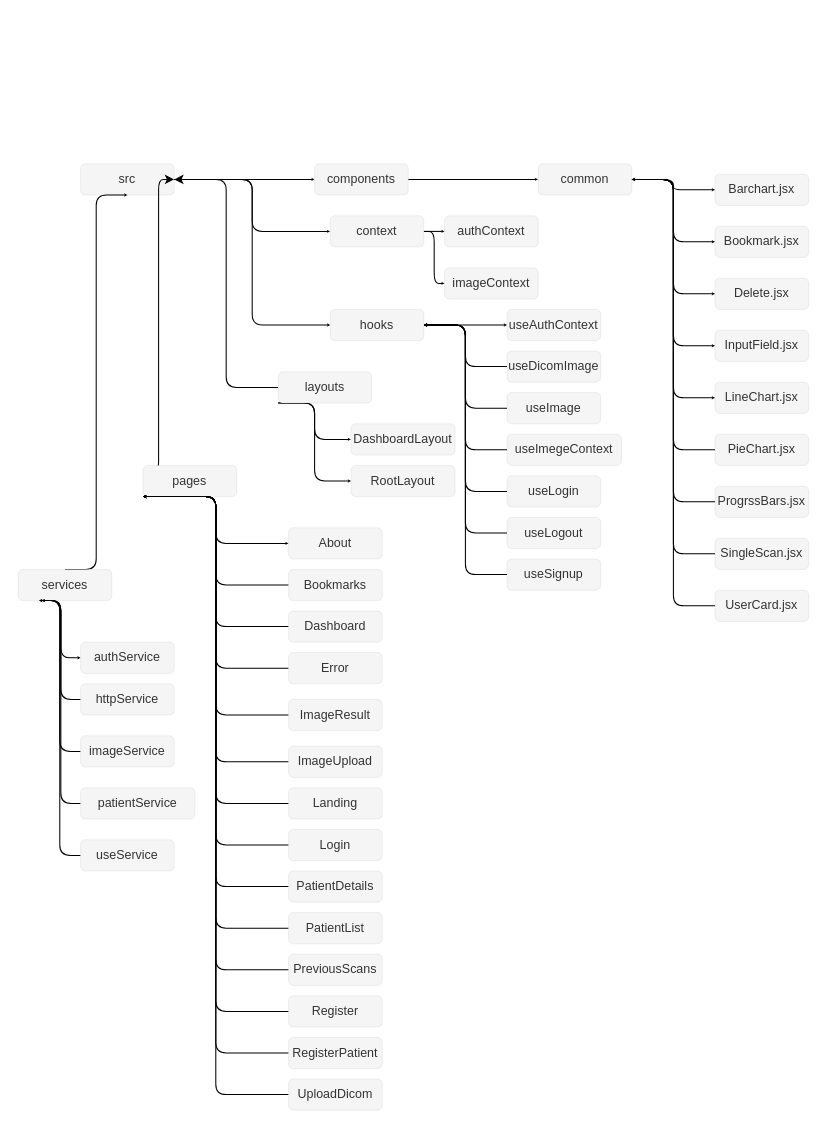
Bereket234/ICH_frontend keeps this draw.io diagram as FileStructure.drawio. Above is the earlier version. Source tidied: cells renumbered, new cells numbered last; positions are measured from the earlier drawing's top-left corner, leaving out a move shared by most shapes. Both pictures are drawn from the tidied source at 104%, with x=0, y=0 at pixel (18, 163).
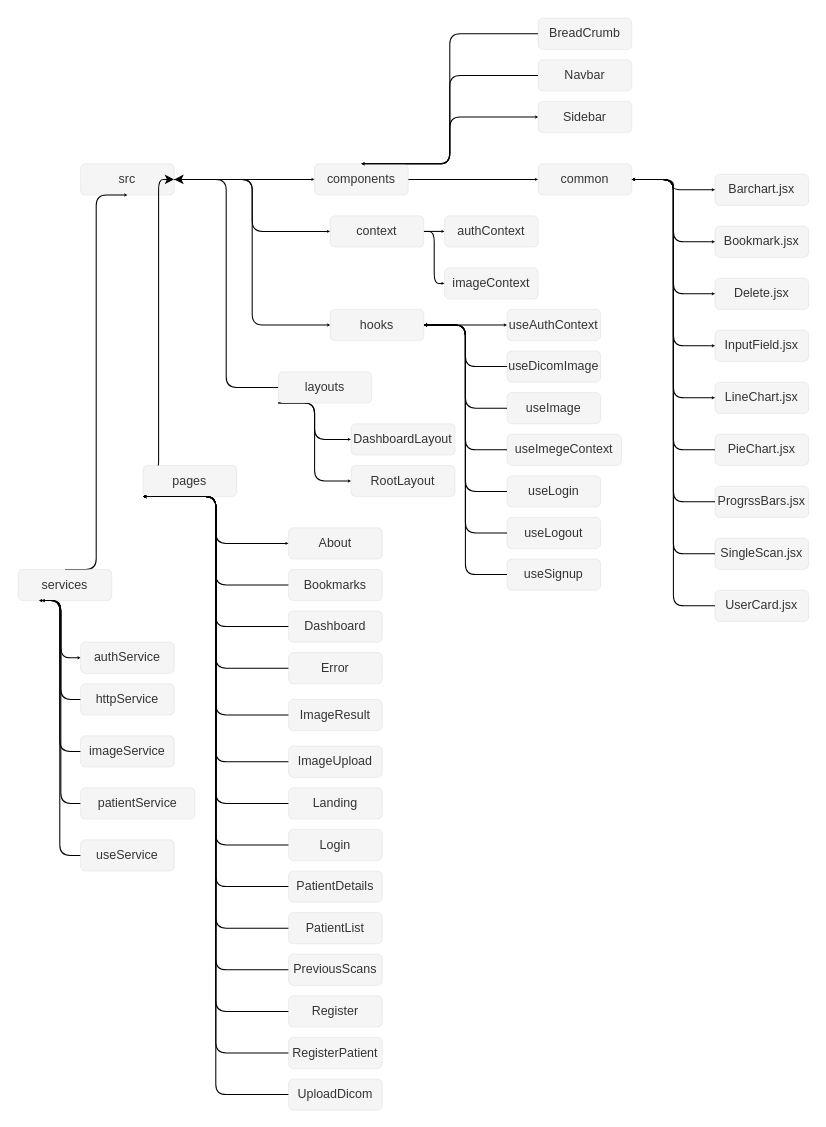
The same diagram, later.

The change refers to these unchanged cells:
```xml
<mxCell id="7" value="components" style="rounded=1;whiteSpace=wrap;html=1;strokeWidth=0;fillColor=#f5f5f5;fontColor=#333333;strokeColor=#666666;" parent="1" vertex="1">
  <mxGeometry x="285" width="90" height="30" as="geometry" />
</mxCell>
```

The edit, as a diff of the source:
```diff
@@
+    <mxCell id="95" style="edgeStyle=elbowEdgeStyle;html=1;exitX=0.5;exitY=0;exitDx=0;exitDy=0;entryX=0;entryY=0.5;entryDx=0;entryDy=0;startSize=0;endSize=0;" parent="1" edge="1" source="7" target="100">
+      <mxGeometry relative="1" as="geometry" />
+    </mxCell>
@@
+    <mxCell id="96" style="edgeStyle=elbowEdgeStyle;html=1;exitX=0;exitY=0.5;exitDx=0;exitDy=0;startSize=0;endSize=0;" parent="1" edge="1" source="97">
+      <mxGeometry relative="1" as="geometry">
+        <mxPoint x="330" as="targetPoint" />
+      </mxGeometry>
+    </mxCell>
+    <mxCell id="97" value="BreadCrumb" style="rounded=1;whiteSpace=wrap;html=1;strokeWidth=0;fillColor=#f5f5f5;fontColor=#333333;strokeColor=#666666;" parent="1" vertex="1">
+      <mxGeometry x="500" y="-140" width="90" height="30" as="geometry" />
+    </mxCell>
+    <mxCell id="98" style="edgeStyle=elbowEdgeStyle;html=1;exitX=0;exitY=0.5;exitDx=0;exitDy=0;entryX=0.5;entryY=0;entryDx=0;entryDy=0;startSize=0;endSize=0;" parent="1" edge="1" source="99" target="7">
+      <mxGeometry relative="1" as="geometry" />
+    </mxCell>
+    <mxCell id="99" value="Navbar" style="rounded=1;whiteSpace=wrap;html=1;strokeWidth=0;fillColor=#f5f5f5;fontColor=#333333;strokeColor=#666666;" parent="1" vertex="1">
+      <mxGeometry x="500" y="-100" width="90" height="30" as="geometry" />
+    </mxCell>
+    <mxCell id="100" value="Sidebar" style="rounded=1;whiteSpace=wrap;html=1;strokeWidth=0;fillColor=#f5f5f5;fontColor=#333333;strokeColor=#666666;" parent="1" vertex="1">
+      <mxGeometry x="500" y="-60" width="90" height="30" as="geometry" />
+    </mxCell>
```
